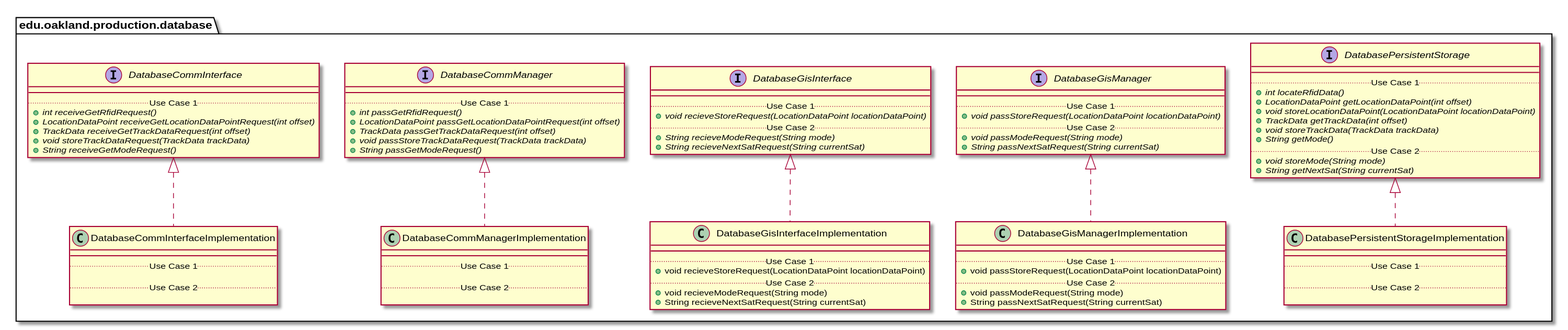
Before: docs/uml-class-diagrams/database/production/DatabaseProductionPackage_DirectDependencies.svg, a diagram exported from PlantUML (andrewdimmer/csi-3370-software-project).
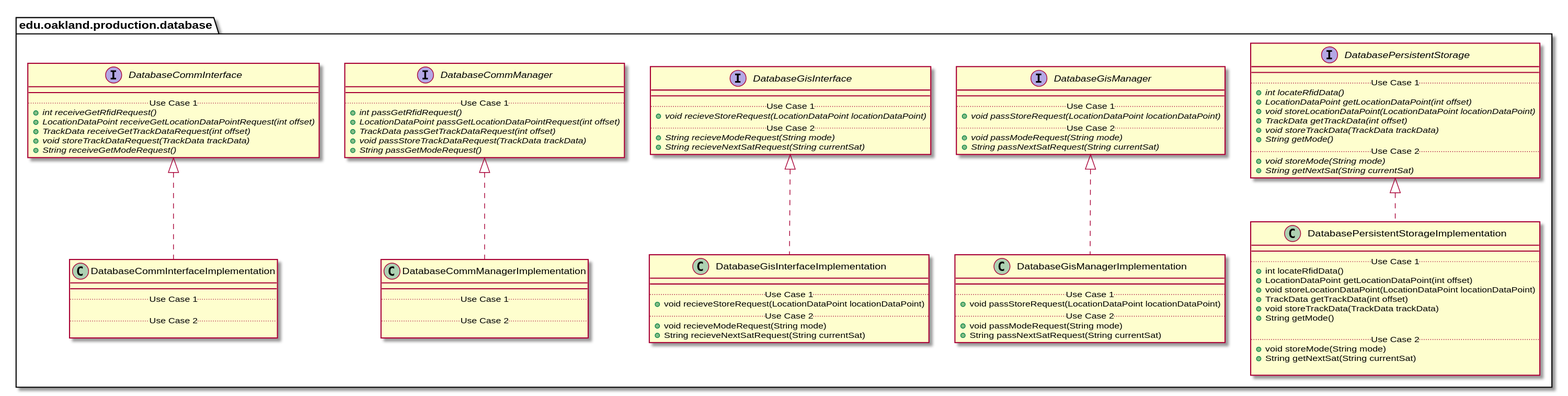
The same diagram one commit later.

Change to the diagram source:
```diff
@@ -135,8 +135,16 @@
     class DatabasePersistentStorageImplementation {
         __
         .. Use Case 1 ..
+        + int locateRfidData()
+        + LocationDataPoint getLocationDataPoint(int offset)
+        + void storeLocationDataPoint(LocationDataPoint locationDataPoint)
+        + TrackData getTrackData(int offset)
+        + void storeTrackData(TrackData trackData)
+        + String getMode()
 
         .. Use Case 2 ..
+        + void storeMode(String mode)
+        + String getNextSat(String currentSat)
 
     }
 }
```
